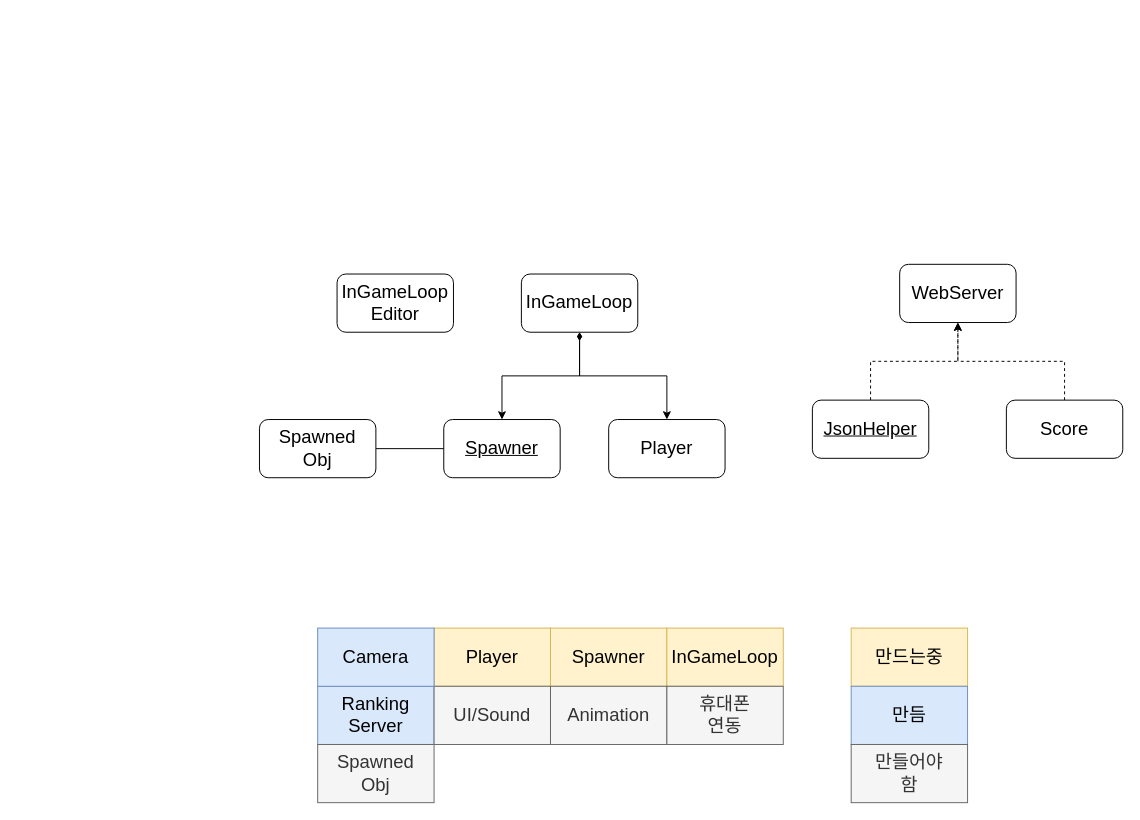
Before: UML.drawio in sanghun219/Summer_Project, a draw.io diagram. Source tidied: cells renumbered, new cells numbered last; positions are measured from the earlier drawing's top-left corner, leaving out a move shared by most shapes. Both pictures are drawn from the tidied source at 97%, with x=0, y=0 at pixel (259, 264).
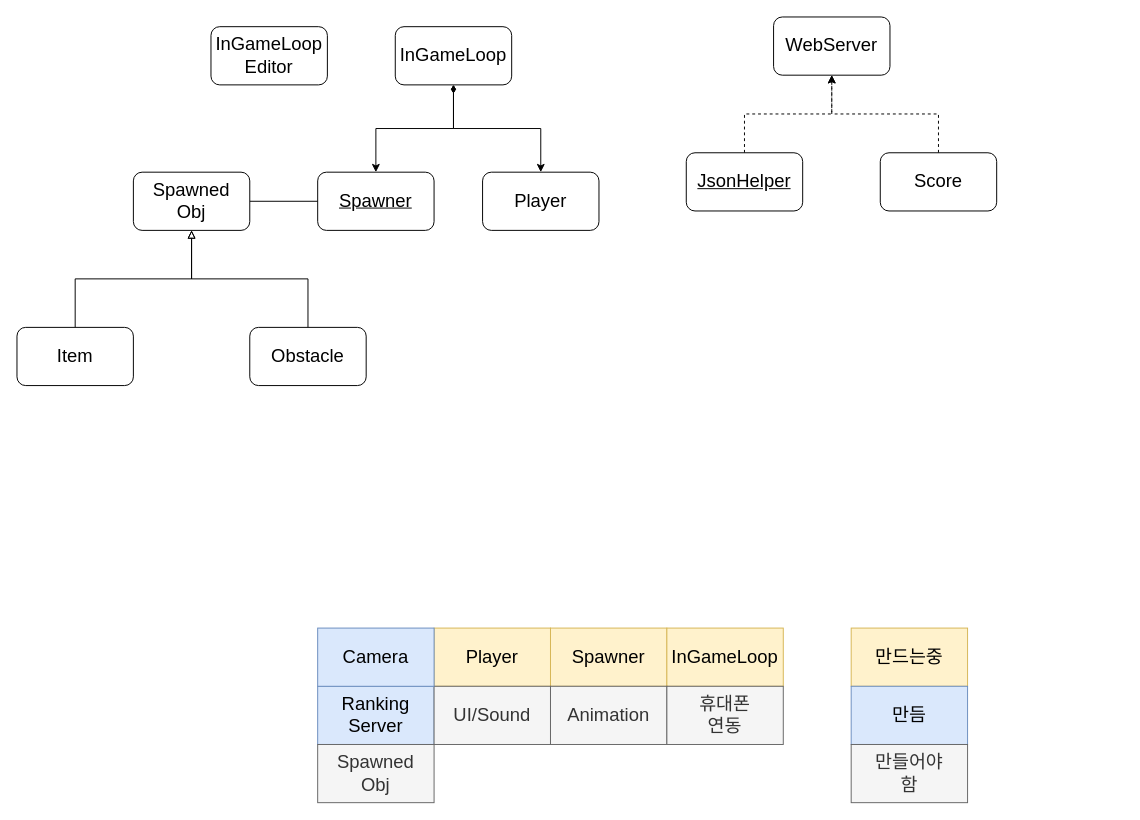
After the change.

The edit, as a diff of the source:
```diff
@@
     <mxCell id="2" value="InGameLoop" style="rounded=1;whiteSpace=wrap;html=1;fontSize=19;" parent="1" vertex="1">
-      <mxGeometry x="270" y="10" width="120" height="60" as="geometry" />
+      <mxGeometry x="140" y="-245" width="120" height="60" as="geometry" />
     </mxCell>
@@
     <mxCell id="4" value="&lt;u&gt;Spawner&lt;/u&gt;" style="rounded=1;whiteSpace=wrap;html=1;fontSize=19;" parent="1" vertex="1">
-      <mxGeometry x="190" y="160" width="120" height="60" as="geometry" />
+      <mxGeometry x="60" y="-95" width="120" height="60" as="geometry" />
     </mxCell>
@@
     <mxCell id="6" value="Player" style="rounded=1;whiteSpace=wrap;html=1;fontSize=19;" parent="1" vertex="1">
-      <mxGeometry x="360" y="160" width="120" height="60" as="geometry" />
+      <mxGeometry x="230" y="-95" width="120" height="60" as="geometry" />
     </mxCell>
@@
     <mxCell id="19" value="&lt;span&gt;Spawned&lt;br&gt;Obj&lt;br&gt;&lt;/span&gt;" style="rounded=1;whiteSpace=wrap;html=1;fontSize=19;fontStyle=0;" parent="1" vertex="1">
-      <mxGeometry y="160" width="120" height="60" as="geometry" />
+      <mxGeometry x="-130" y="-95" width="120" height="60" as="geometry" />
     </mxCell>
     <mxCell id="20" value="WebServer" style="rounded=1;whiteSpace=wrap;html=1;fontSize=19;" parent="1" vertex="1">
-      <mxGeometry x="660" width="120" height="60" as="geometry" />
+      <mxGeometry x="530" y="-255" width="120" height="60" as="geometry" />
     </mxCell>
@@
     <mxCell id="22" value="JsonHelper" style="rounded=1;whiteSpace=wrap;html=1;fontSize=19;fontStyle=4;" parent="1" vertex="1">
-      <mxGeometry x="570" y="140" width="120" height="60" as="geometry" />
+      <mxGeometry x="440" y="-115" width="120" height="60" as="geometry" />
     </mxCell>
     <mxCell id="23" style="edgeStyle=orthogonalEdgeStyle;rounded=0;jettySize=auto;html=1;dashed=1;" parent="1" edge="1" source="24">
       <mxGeometry relative="1" as="geometry">
-        <mxPoint x="720" y="60" as="targetPoint" />
+        <mxPoint x="590" y="-195" as="targetPoint" />
         <Array as="points">
-          <mxPoint x="830" y="100" />
-          <mxPoint x="720" y="100" />
+          <mxPoint x="700" y="-155" />
+          <mxPoint x="590" y="-155" />
         </Array>
       </mxGeometry>
     </mxCell>
     <mxCell id="24" value="Score" style="rounded=1;whiteSpace=wrap;html=1;fontSize=19;" parent="1" vertex="1">
-      <mxGeometry x="770" y="140" width="120" height="60" as="geometry" />
+      <mxGeometry x="640" y="-115" width="120" height="60" as="geometry" />
     </mxCell>
     <mxCell id="25" value="InGameLoop&lt;br&gt;Editor" style="rounded=1;whiteSpace=wrap;html=1;fontSize=19;" parent="1" vertex="1">
-      <mxGeometry x="80" y="10" width="120" height="60" as="geometry" />
+      <mxGeometry x="-50" y="-245" width="120" height="60" as="geometry" />
     </mxCell>
@@
+    <mxCell id="27" style="edgeStyle=orthogonalEdgeStyle;rounded=0;jettySize=auto;html=1;entryX=0.5;entryY=1;entryDx=0;entryDy=0;endArrow=block;endFill=0;" parent="1" edge="1" source="28" target="19">
+      <mxGeometry relative="1" as="geometry" />
+    </mxCell>
+    <mxCell id="28" value="&lt;span&gt;Item&lt;br&gt;&lt;/span&gt;" style="rounded=1;whiteSpace=wrap;html=1;fontSize=19;fontStyle=0;" parent="1" vertex="1">
+      <mxGeometry x="-250" y="65" width="120" height="60" as="geometry" />
+    </mxCell>
+    <mxCell id="29" style="edgeStyle=orthogonalEdgeStyle;rounded=0;jettySize=auto;html=1;entryX=0.5;entryY=1;entryDx=0;entryDy=0;endArrow=block;endFill=0;" parent="1" edge="1" source="30" target="19">
+      <mxGeometry relative="1" as="geometry" />
+    </mxCell>
+    <mxCell id="30" value="&lt;span&gt;Obstacle&lt;br&gt;&lt;/span&gt;" style="rounded=1;whiteSpace=wrap;html=1;fontSize=19;fontStyle=0;" parent="1" vertex="1">
+      <mxGeometry x="-10" y="65" width="120" height="60" as="geometry" />
+    </mxCell>
```
